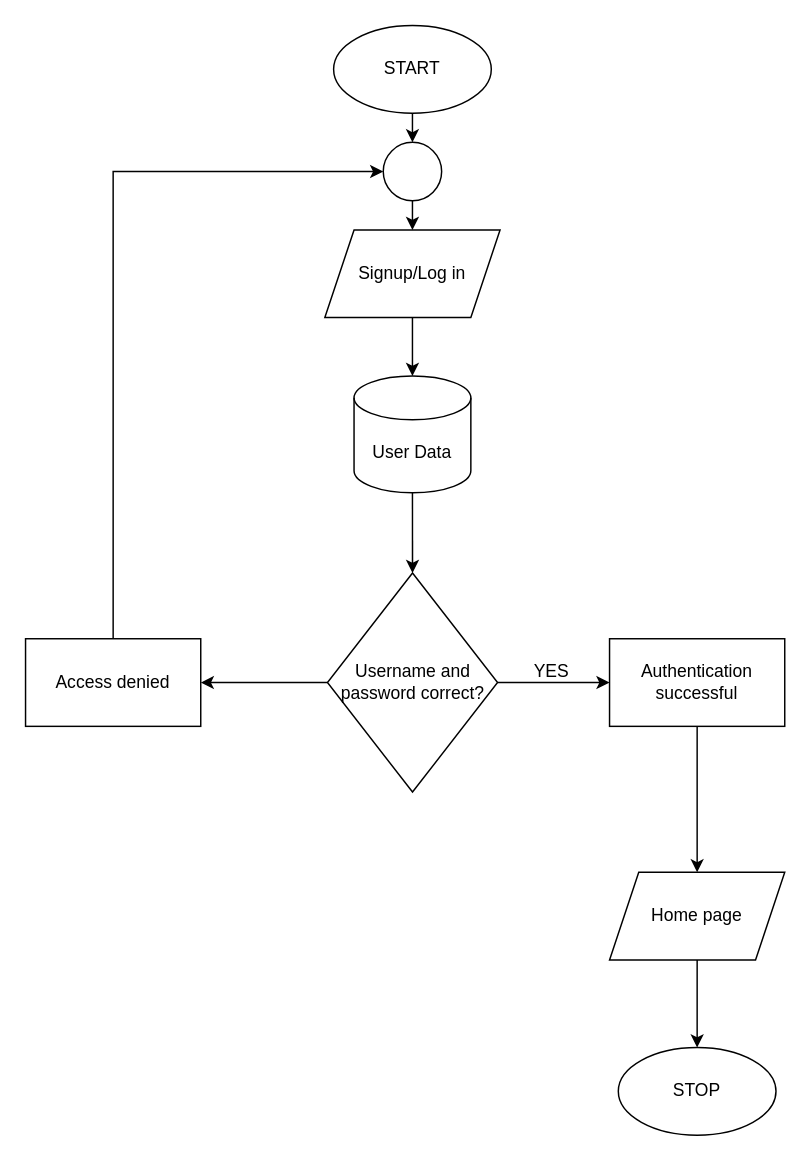
Above: flowchart1.drawio in moha-matano3/LMS (draw.io), before the change. Source tidied: cells renumbered, new cells numbered last; positions are measured from the earlier drawing's top-left corner, leaving out a move shared by most shapes. Both pictures are drawn from the tidied source at 146%, with x=0, y=0 at pixel (25, 25).
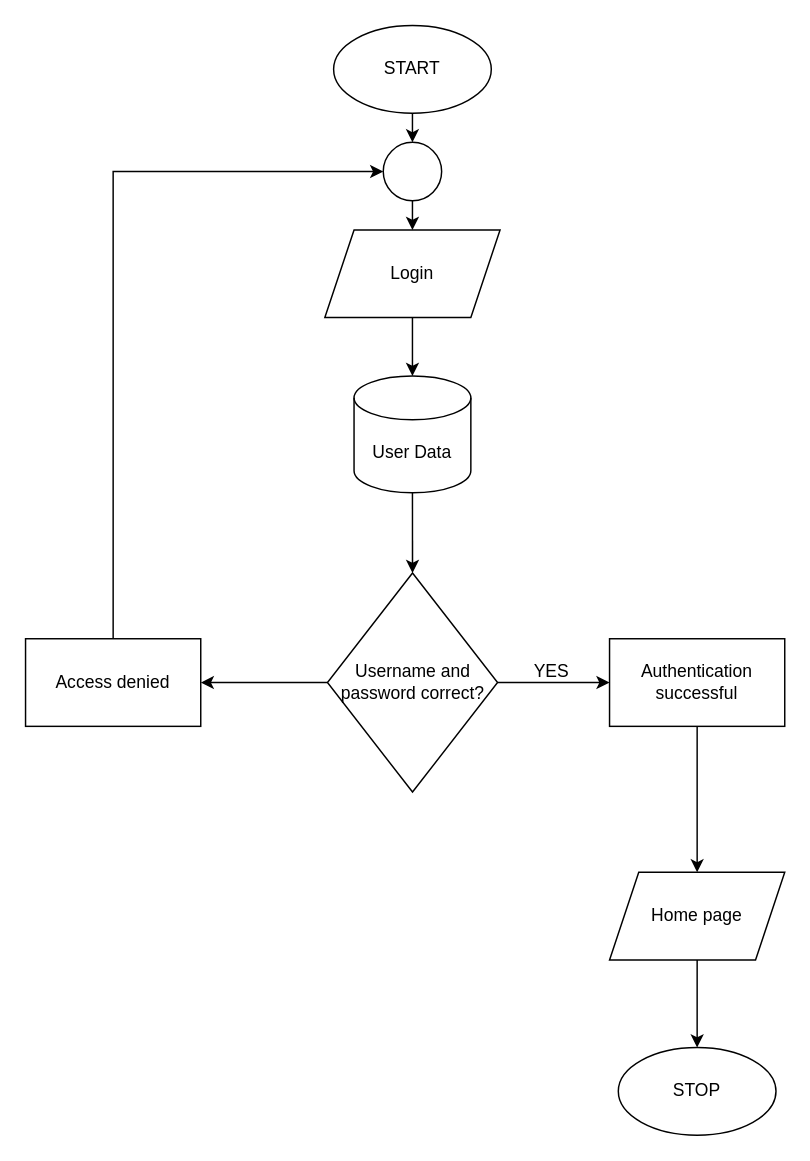
The same diagram, later.

Commit message:
2nd Update on authentication flowchart

What changed in the source:
```diff
@@
-    <mxCell id="4" value="Signup/Log in" style="shape=parallelogram;perimeter=parallelogramPerimeter;whiteSpace=wrap;html=1;fixedSize=1;" parent="1" vertex="1">
+    <mxCell id="4" value="Login" style="shape=parallelogram;perimeter=parallelogramPerimeter;whiteSpace=wrap;html=1;fixedSize=1;" parent="1" vertex="1">
       <mxGeometry x="205" y="140" width="120" height="60" as="geometry" />
     </mxCell>
```
